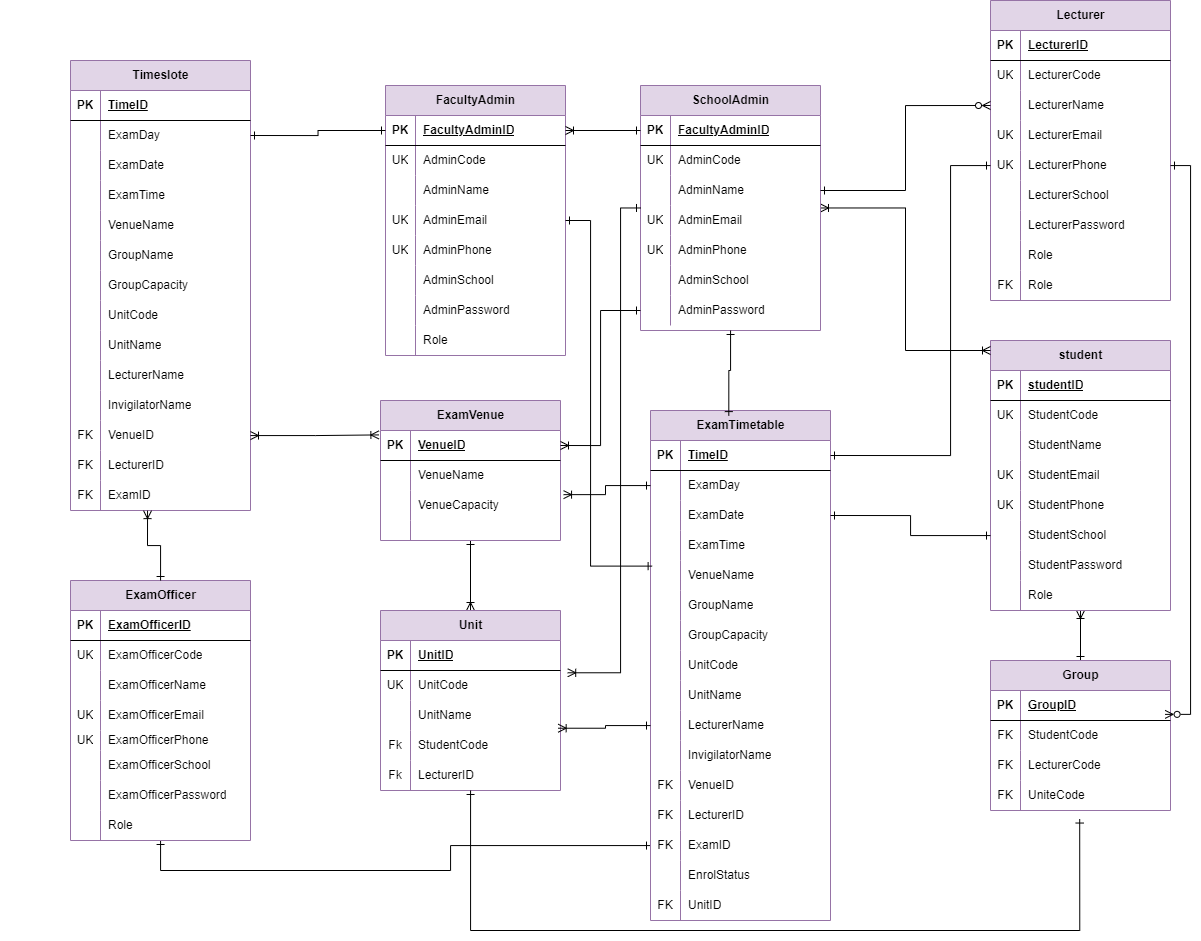
Earlier version of the draw.io export diagrams/ERD.png (Kathembotsong/Strath_Exam_Schedule). Source tidied: cells renumbered, new cells last; positions are measured from the earlier drawing's top-left corner, leaving out a move shared by most shapes.
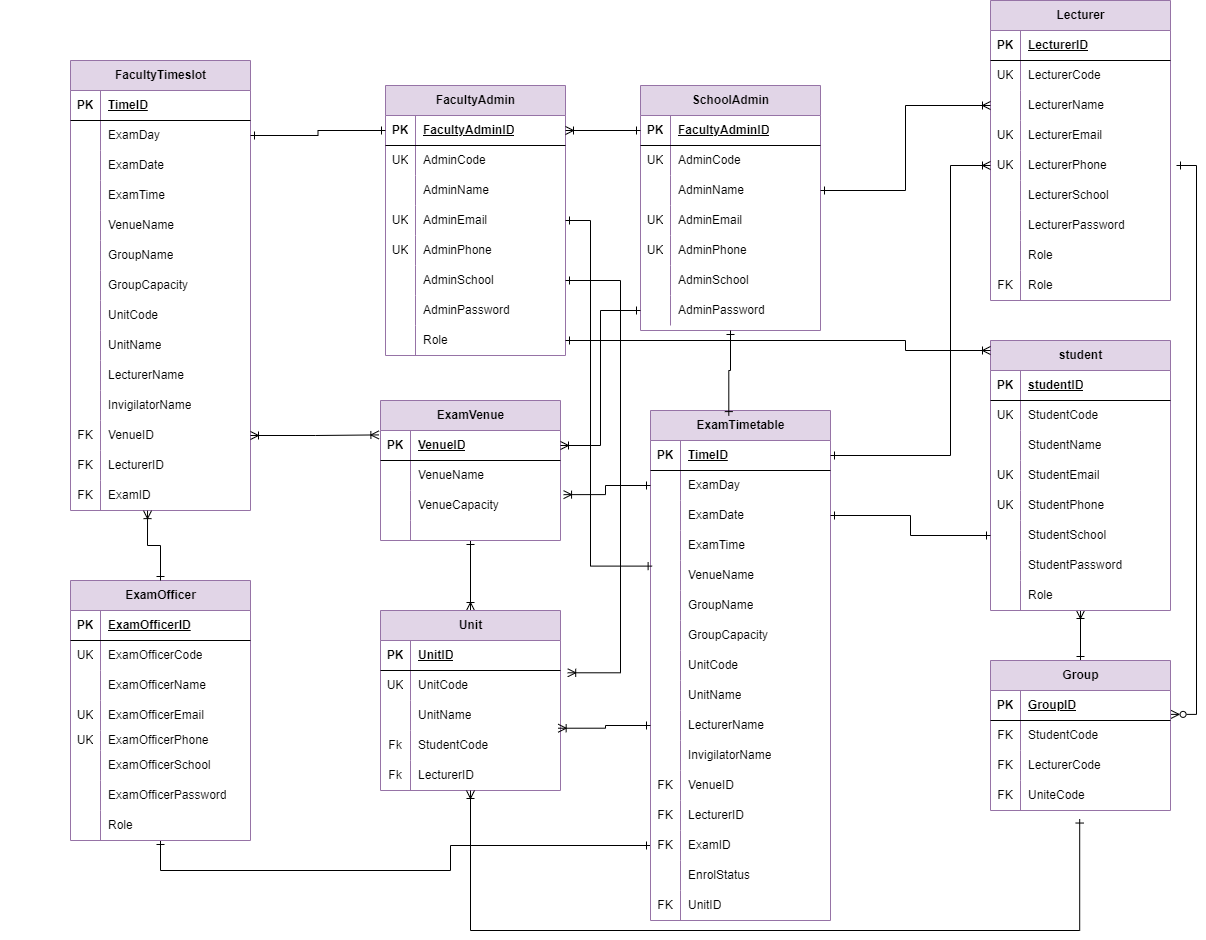
After the change.

The edit, as a diff of the source:
```diff
@@ -425,7 +425,7 @@
     <mxCell id="140" value="LecturerID" style="shape=partialRectangle;fillColor=none;top=0;left=0;bottom=0;right=0;align=left;spacingLeft=6;overflow=hidden;whiteSpace=wrap;html=1;" parent="138" vertex="1">
       <mxGeometry x="30" width="150" height="30" as="geometry" />
     </mxCell>
-    <mxCell id="141" value="Timeslote" style="shape=table;startSize=30;rowLines=0;fontStyle=1;align=center;html=1;fillColor=#e1d5e7;strokeColor=#9673a6;" parent="1" vertex="1">
+    <mxCell id="141" value="FacultyTimeslot" style="shape=table;startSize=30;rowLines=0;fontStyle=1;align=center;html=1;fillColor=#e1d5e7;strokeColor=#9673a6;" parent="1" vertex="1">
       <mxGeometry x="70" y="60" width="180" height="450" as="geometry" />
     </mxCell>
     <mxCell id="142" style="shape=tableRow;horizontal=0;startSize=0;swimlaneHead=0;swimlaneBody=0;fillColor=none;top=0;left=0;right=0;bottom=1;" parent="141" vertex="1">
@@ -554,10 +554,10 @@
     <mxCell id="183" value="ExamID" style="shape=partialRectangle;fillColor=none;top=0;left=0;bottom=0;right=0;align=left;spacingLeft=6;overflow=hidden;whiteSpace=wrap;html=1;" parent="181" vertex="1">
       <mxGeometry x="30" width="150" height="30" as="geometry" />
     </mxCell>
-    <mxCell id="184" style="edgeStyle=orthogonalEdgeStyle;rounded=0;jettySize=auto;html=1;endArrow=ERoneToMany;endFill=0;startArrow=ERoneToMany;startFill=0;" parent="1" edge="1" source="185" target="86">
+    <mxCell id="184" style="edgeStyle=orthogonalEdgeStyle;rounded=0;jettySize=auto;html=1;endArrow=ERoneToMany;endFill=0;startArrow=ERone;startFill=0;exitX=1;exitY=0.5;exitDx=0;exitDy=0;" parent="1" edge="1" source="82" target="86">
       <mxGeometry relative="1" as="geometry">
         <Array as="points">
-          <mxPoint x="905" y="207" />
+          <mxPoint x="905" y="340" />
           <mxPoint x="905" y="350" />
         </Array>
       </mxGeometry>
@@ -778,16 +778,16 @@
     <mxCell id="256" style="edgeStyle=orthogonalEdgeStyle;rounded=0;jettySize=auto;html=1;entryX=1;entryY=0.5;entryDx=0;entryDy=0;endArrow=ERone;endFill=0;startArrow=ERone;startFill=0;" parent="1" edge="1" source="61" target="145">
       <mxGeometry relative="1" as="geometry" />
     </mxCell>
-    <mxCell id="257" style="edgeStyle=orthogonalEdgeStyle;rounded=0;jettySize=auto;html=1;entryX=0;entryY=0.5;entryDx=0;entryDy=0;endArrow=ERzeroToMany;endFill=0;startArrow=ERone;startFill=0;" parent="1" edge="1" source="192" target="39">
+    <mxCell id="257" style="edgeStyle=orthogonalEdgeStyle;rounded=0;jettySize=auto;html=1;entryX=0;entryY=0.5;entryDx=0;entryDy=0;endArrow=ERoneToMany;endFill=0;startArrow=ERone;startFill=0;" parent="1" edge="1" source="192" target="39">
       <mxGeometry relative="1" as="geometry" />
     </mxCell>
     <mxCell id="258" style="edgeStyle=orthogonalEdgeStyle;rounded=0;jettySize=auto;html=1;entryX=1;entryY=0.5;entryDx=0;entryDy=0;endArrow=ERoneToMany;endFill=0;startArrow=ERone;startFill=0;" parent="1" edge="1" source="204" target="113">
       <mxGeometry relative="1" as="geometry" />
     </mxCell>
-    <mxCell id="259" style="edgeStyle=orthogonalEdgeStyle;rounded=0;jettySize=auto;html=1;entryX=1.04;entryY=0.076;entryDx=0;entryDy=0;entryPerimeter=0;endArrow=ERoneToMany;endFill=0;startArrow=ERone;startFill=0;" parent="1" edge="1" source="185" target="129">
+    <mxCell id="259" style="edgeStyle=orthogonalEdgeStyle;rounded=0;jettySize=auto;html=1;entryX=1.04;entryY=0.076;entryDx=0;entryDy=0;entryPerimeter=0;endArrow=ERoneToMany;endFill=0;startArrow=ERone;startFill=0;exitX=1;exitY=0.5;exitDx=0;exitDy=0;" parent="1" edge="1" source="76" target="129">
       <mxGeometry relative="1" as="geometry">
         <Array as="points">
-          <mxPoint x="620" y="207" />
+          <mxPoint x="620" y="280" />
           <mxPoint x="620" y="672" />
         </Array>
       </mxGeometry>
@@ -804,7 +804,7 @@
     <mxCell id="263" style="edgeStyle=orthogonalEdgeStyle;rounded=0;jettySize=auto;html=1;entryX=1;entryY=0.5;entryDx=0;entryDy=0;endArrow=ERone;endFill=0;startArrow=ERone;startFill=0;" parent="1" edge="1" source="102" target="214">
       <mxGeometry relative="1" as="geometry" />
     </mxCell>
-    <mxCell id="264" style="edgeStyle=orthogonalEdgeStyle;rounded=0;jettySize=auto;html=1;entryX=1;entryY=0.5;entryDx=0;entryDy=0;endArrow=ERone;endFill=0;startArrow=ERone;startFill=0;" parent="1" edge="1" source="45" target="208">
+    <mxCell id="264" style="edgeStyle=orthogonalEdgeStyle;rounded=0;jettySize=auto;html=1;entryX=1;entryY=0.5;entryDx=0;entryDy=0;endArrow=ERone;endFill=0;startArrow=ERoneToMany;startFill=0;" parent="1" edge="1" source="45" target="208">
       <mxGeometry relative="1" as="geometry">
         <Array as="points">
           <mxPoint x="950" y="165" />
@@ -829,7 +829,7 @@
         </Array>
       </mxGeometry>
     </mxCell>
-    <mxCell id="269" style="edgeStyle=orthogonalEdgeStyle;rounded=0;jettySize=auto;html=1;entryX=0.44;entryY=1.018;entryDx=0;entryDy=0;entryPerimeter=0;endArrow=ERone;endFill=0;startArrow=ERone;startFill=0;" parent="1" edge="1" source="125">
+    <mxCell id="269" style="edgeStyle=orthogonalEdgeStyle;rounded=0;jettySize=auto;html=1;entryX=0.44;entryY=1.018;entryDx=0;entryDy=0;entryPerimeter=0;endArrow=ERone;endFill=0;startArrow=ERoneToMany;startFill=0;" parent="1" edge="1" source="125">
       <mxGeometry relative="1" as="geometry">
         <mxPoint x="1079.2" y="818.5" as="targetPoint" />
         <Array as="points">
@@ -877,11 +877,13 @@
     <mxCell id="282" value="UniteCode" style="shape=partialRectangle;fillColor=none;top=0;left=0;bottom=0;right=0;align=left;spacingLeft=6;overflow=hidden;whiteSpace=wrap;html=1;" parent="280" vertex="1">
       <mxGeometry x="30" width="150" height="30" as="geometry" />
     </mxCell>
-    <mxCell id="283" style="edgeStyle=orthogonalEdgeStyle;rounded=0;jettySize=auto;html=1;entryX=0.97;entryY=-0.204;entryDx=0;entryDy=0;entryPerimeter=0;endArrow=ERzeroToMany;endFill=0;startArrow=ERone;startFill=0;" parent="1" edge="1" source="45" target="274">
+    <mxCell id="283" style="edgeStyle=orthogonalEdgeStyle;rounded=0;orthogonalLoop=1;jettySize=auto;html=1;entryX=0.97;entryY=-0.204;entryDx=0;entryDy=0;entryPerimeter=0;endArrow=ERzeroToMany;endFill=0;startArrow=ERone;startFill=0;" parent="1" edge="1">
       <mxGeometry relative="1" as="geometry">
+        <mxPoint x="1176" y="165" as="sourcePoint" />
+        <mxPoint x="1170.6" y="713.9" as="targetPoint" />
         <Array as="points">
-          <mxPoint x="1190" y="165" />
-          <mxPoint x="1190" y="714" />
+          <mxPoint x="1196" y="165" />
+          <mxPoint x="1196" y="714" />
         </Array>
       </mxGeometry>
     </mxCell>
```
